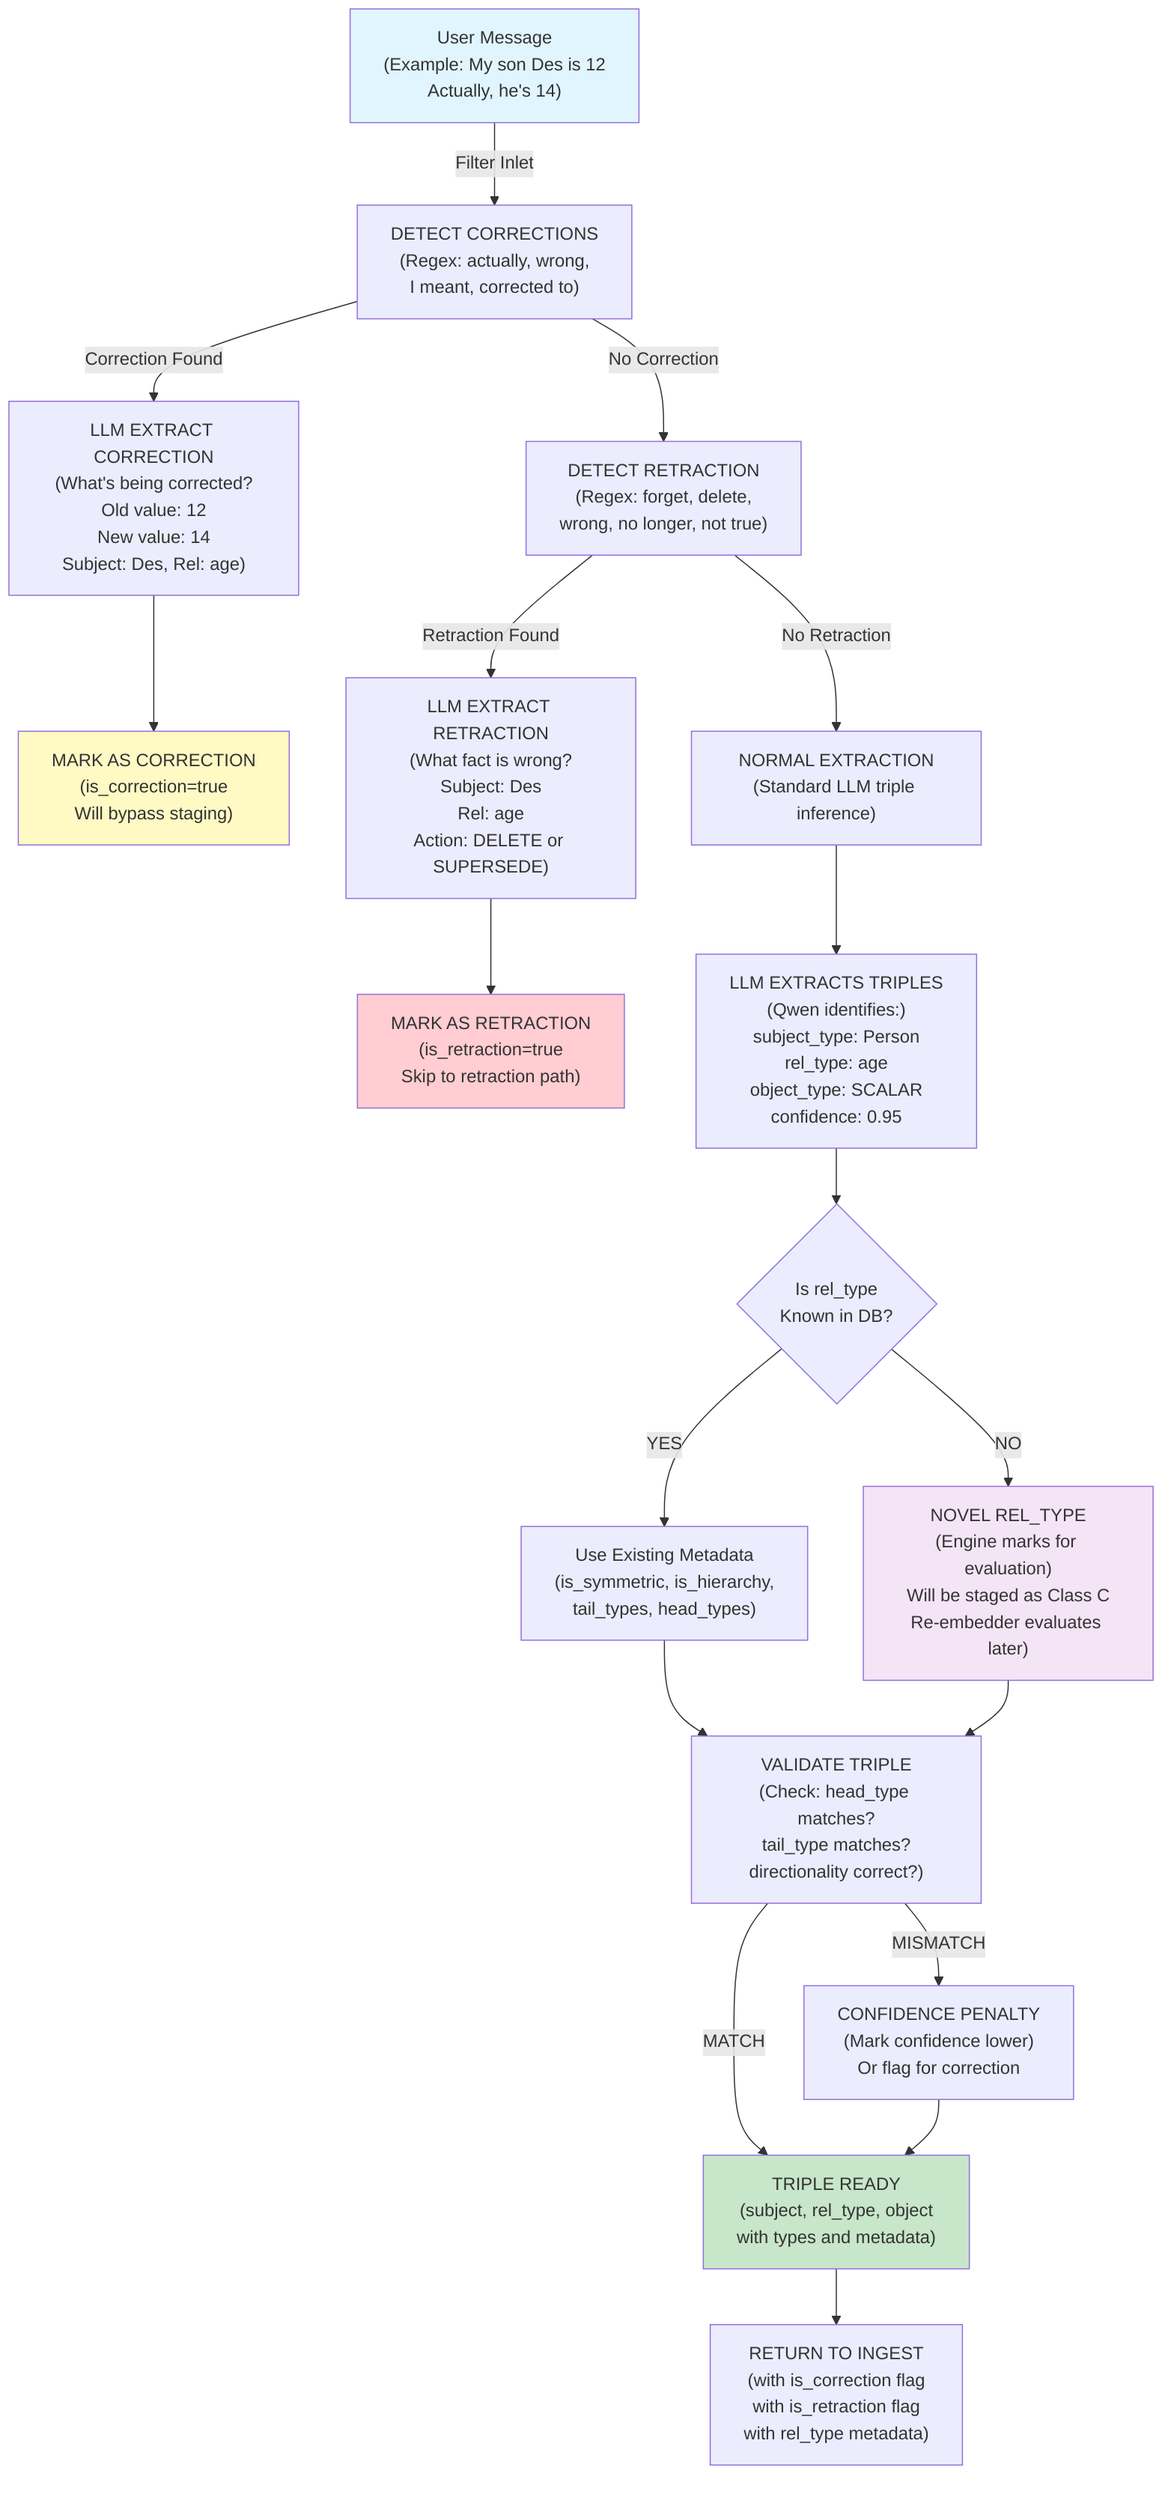
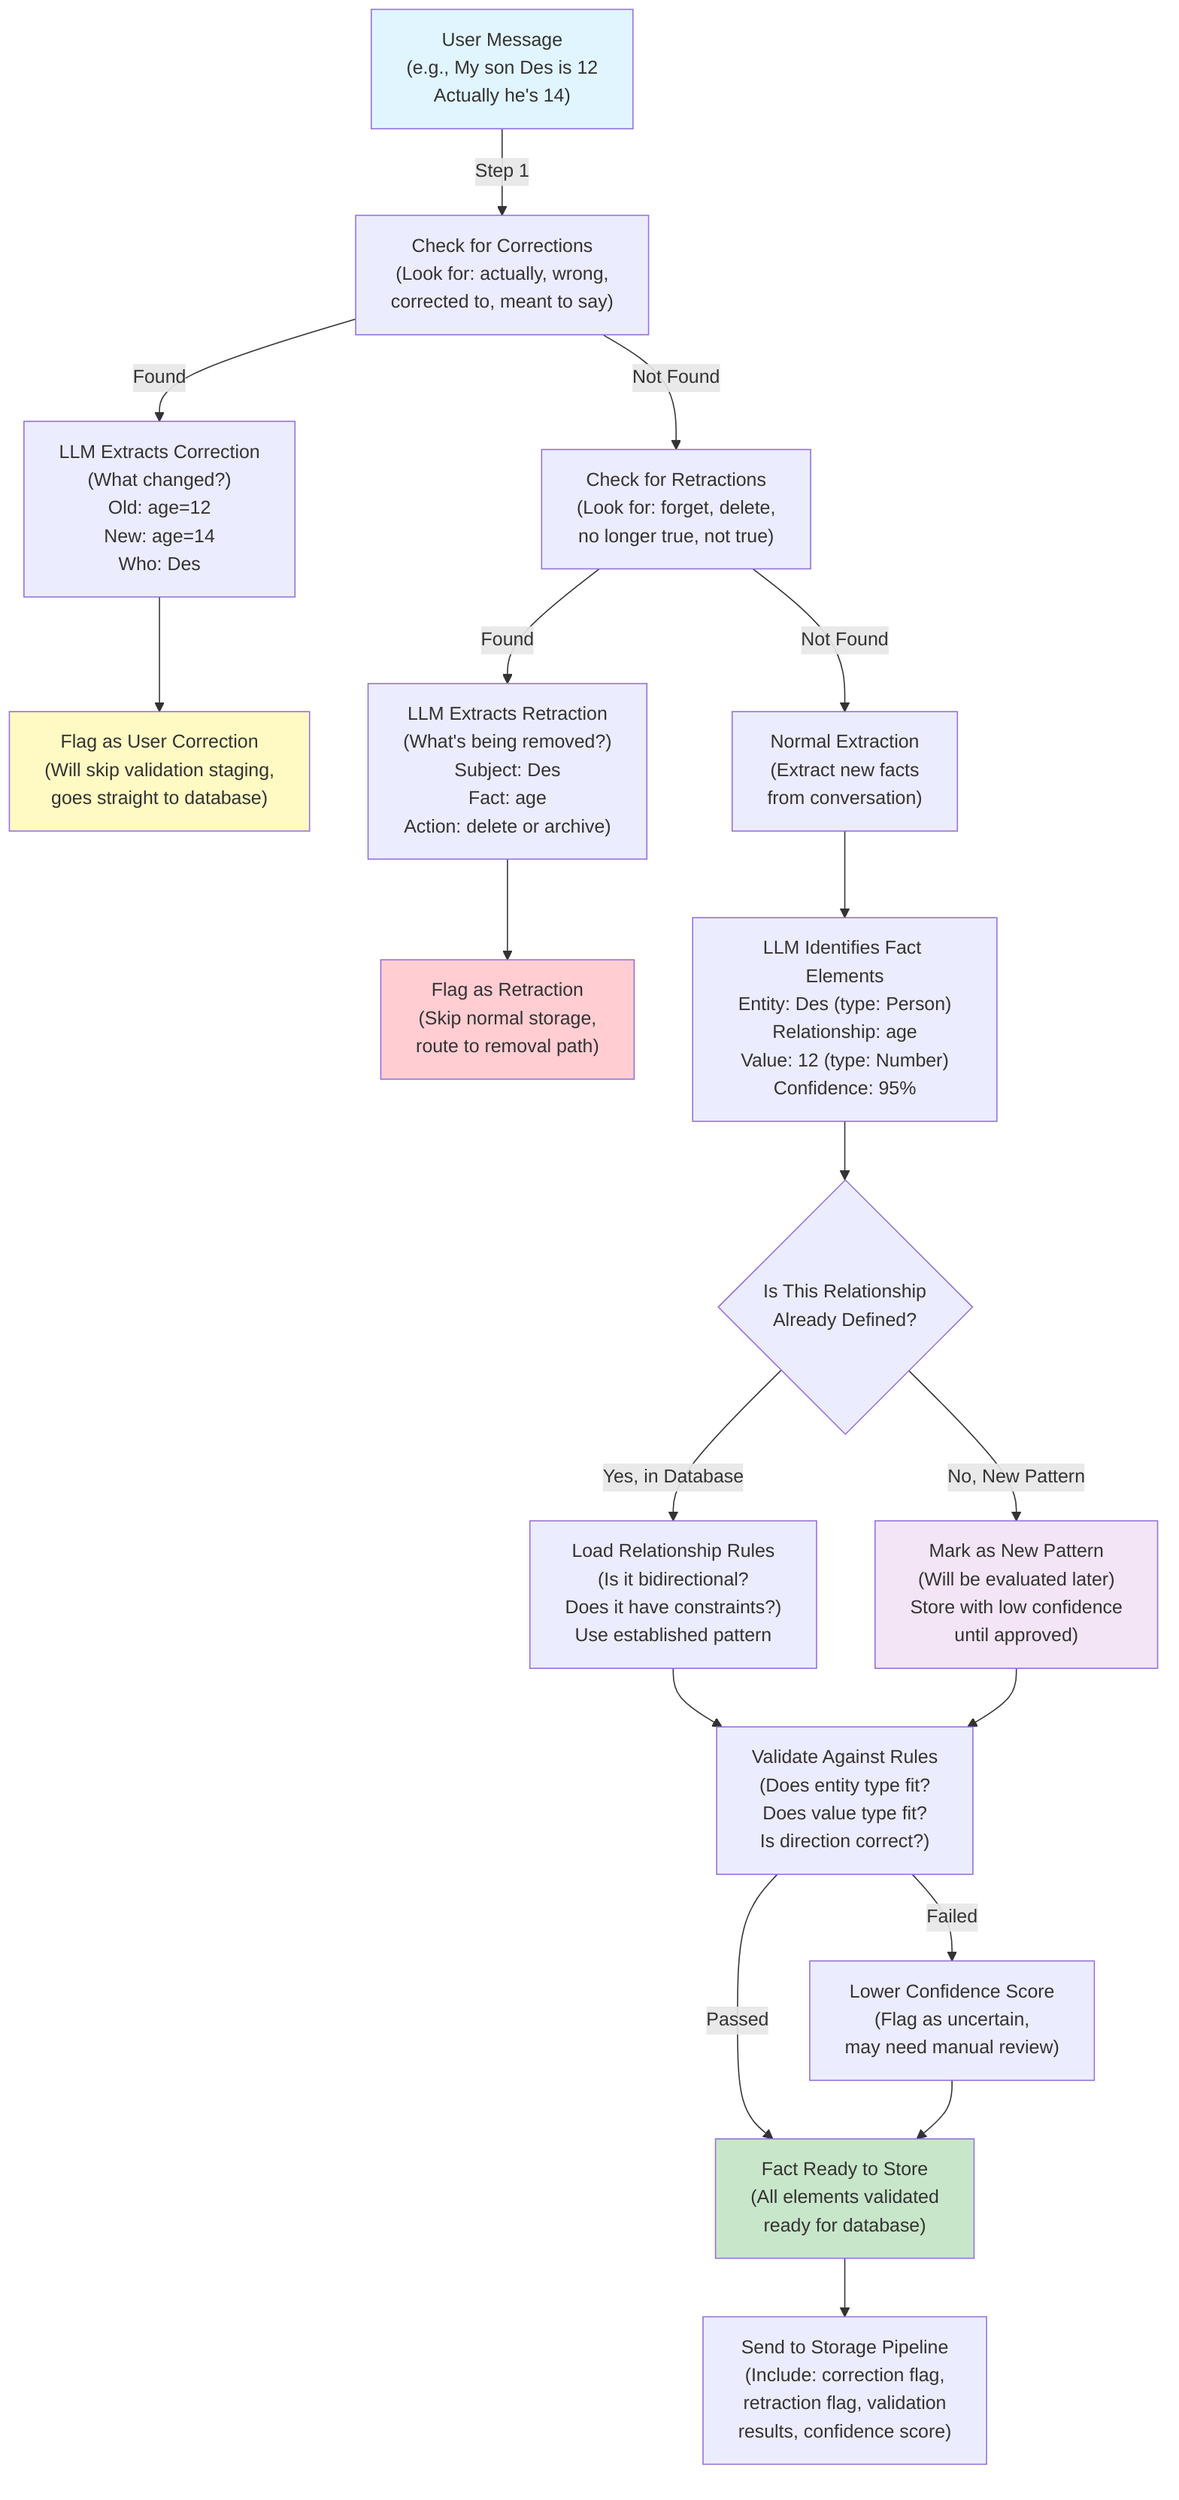
graph TD
-     A["User Message<br/>(Example: My son Des is 12<br/>Actually, he's 14)"] -->|Filter Inlet| B["DETECT CORRECTIONS<br/>(Regex: actually, wrong,<br/>I meant, corrected to)"]
+     A["User Message<br/>(e.g., My son Des is 12<br/>Actually he's 14)"] -->|Step 1| B["Check for Corrections<br/>(Look for: actually, wrong,<br/>corrected to, meant to say)"]

-     B -->|Correction Found| C["LLM EXTRACT CORRECTION<br/>(What's being corrected?<br/>Old value: 12<br/>New value: 14<br/>Subject: Des, Rel: age)"]
+     B -->|Found| C["LLM Extracts Correction<br/>(What changed?)<br/>Old: age=12<br/>New: age=14<br/>Who: Des"]

-     C --> D["MARK AS CORRECTION<br/>(is_correction=true<br/>Will bypass staging)"]
+     C --> D["Flag as User Correction<br/>(Will skip validation staging,<br/>goes straight to database)"]

-     B -->|No Correction| E["DETECT RETRACTION<br/>(Regex: forget, delete,<br/>wrong, no longer, not true)"]
+     B -->|Not Found| E["Check for Retractions<br/>(Look for: forget, delete,<br/>no longer true, not true)"]

-     E -->|Retraction Found| F["LLM EXTRACT RETRACTION<br/>(What fact is wrong?<br/>Subject: Des<br/>Rel: age<br/>Action: DELETE or SUPERSEDE)"]
+     E -->|Found| F["LLM Extracts Retraction<br/>(What's being removed?)<br/>Subject: Des<br/>Fact: age<br/>Action: delete or archive)"]

-     F --> G["MARK AS RETRACTION<br/>(is_retraction=true<br/>Skip to retraction path)"]
+     F --> G["Flag as Retraction<br/>(Skip normal storage,<br/>route to removal path)"]

-     E -->|No Retraction| H["NORMAL EXTRACTION<br/>(Standard LLM triple inference)"]
+     E -->|Not Found| H["Normal Extraction<br/>(Extract new facts<br/>from conversation)"]

-     H --> I["LLM EXTRACTS TRIPLES<br/>(Qwen identifies:)<br/>subject_type: Person<br/>rel_type: age<br/>object_type: SCALAR<br/>confidence: 0.95"]
+     H --> I["LLM Identifies Fact Elements<br/>Entity: Des (type: Person)<br/>Relationship: age<br/>Value: 12 (type: Number)<br/>Confidence: 95%"]

-     I --> J{Is rel_type<br/>Known in DB?}
+     I --> J{Is This Relationship<br/>Already Defined?}

-     J -->|YES| K["Use Existing Metadata<br/>(is_symmetric, is_hierarchy,<br/>tail_types, head_types)"]
+     J -->|Yes, in Database| K["Load Relationship Rules<br/>(Is it bidirectional?<br/>Does it have constraints?)<br/>Use established pattern"]

-     J -->|NO| L["NOVEL REL_TYPE<br/>(Engine marks for evaluation)<br/>Will be staged as Class C<br/>Re-embedder evaluates later)"]
+     J -->|No, New Pattern| L["Mark as New Pattern<br/>(Will be evaluated later)<br/>Store with low confidence<br/>until approved)"]

-     K --> M["VALIDATE TRIPLE<br/>(Check: head_type matches?<br/>tail_type matches?<br/>directionality correct?)"]
+     K --> M["Validate Against Rules<br/>(Does entity type fit?<br/>Does value type fit?<br/>Is direction correct?)"]

    L --> M

-     M -->|MISMATCH| N["CONFIDENCE PENALTY<br/>(Mark confidence lower)<br/>Or flag for correction"]
+     M -->|Failed| N["Lower Confidence Score<br/>(Flag as uncertain,<br/>may need manual review)"]

-     M -->|MATCH| O["TRIPLE READY<br/>(subject, rel_type, object<br/>with types and metadata)"]
+     M -->|Passed| O["Fact Ready to Store<br/>(All elements validated<br/>ready for database)"]

    N --> O

-     O --> P["RETURN TO INGEST<br/>(with is_correction flag<br/>with is_retraction flag<br/>with rel_type metadata)"]
+     O --> P["Send to Storage Pipeline<br/>(Include: correction flag,<br/>retraction flag, validation<br/>results, confidence score)"]

    style A fill:#e1f5ff
    style D fill:#fff9c4
    style G fill:#ffcdd2
    style L fill:#f3e5f5
    style O fill:#c8e6c9
